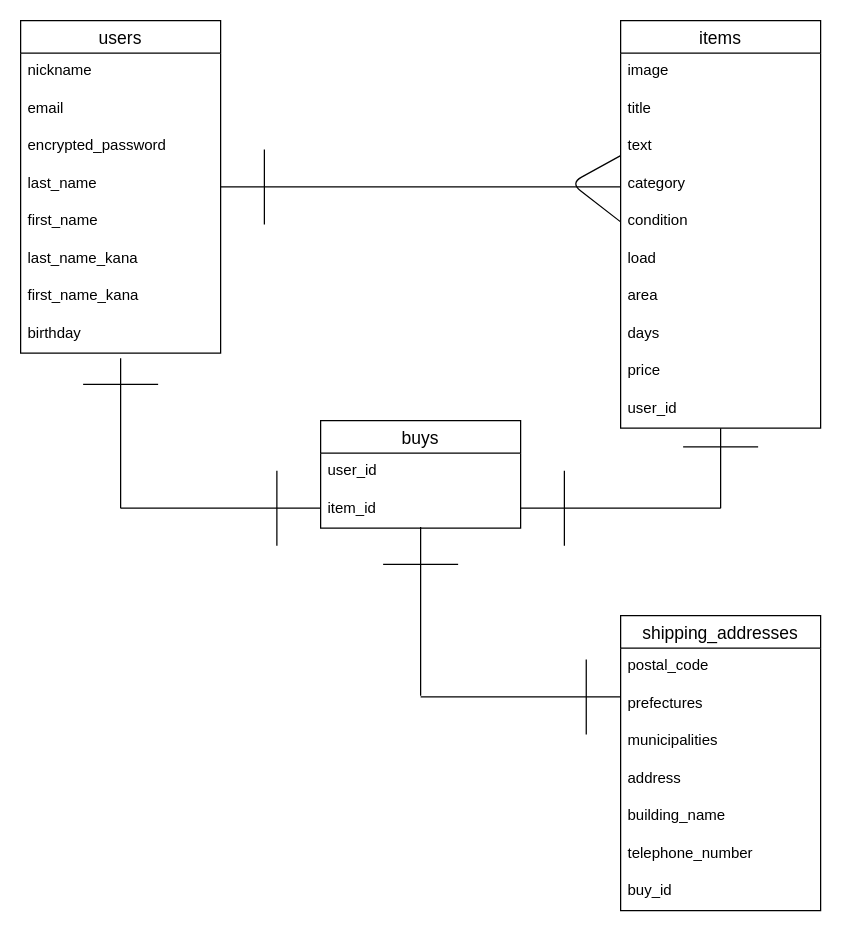
Before: ER.dio in ogayans/furima-36563, a draw.io diagram. Source tidied: cells renumbered, new cells numbered last; positions are measured from the earlier drawing's top-left corner, leaving out a move shared by most shapes. Both pictures are drawn from the tidied source at 125%, with x=0, y=0 at pixel (20, 20).
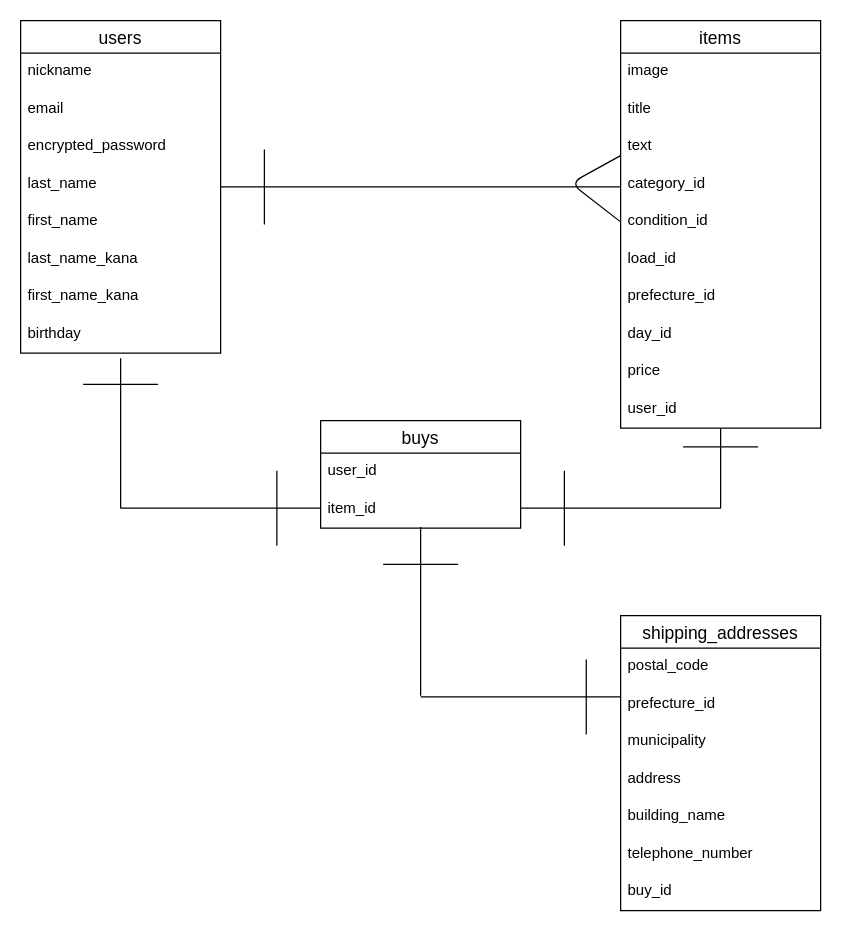
The same diagram, later.

Commit message (it also covers changes not shown here):
データベース設計

The change refers to these unchanged cells:
```xml
<mxCell id="11" value="items" style="swimlane;fontStyle=0;horizontal=1;startSize=26;align=center;fontSize=14;" parent="1" vertex="1">
  <mxGeometry x="480" width="160" height="326" as="geometry" />
</mxCell>
<mxCell id="36" value="shipping_addresses" style="swimlane;fontStyle=0;horizontal=1;startSize=26;align=center;fontSize=14;" parent="1" vertex="1">
  <mxGeometry x="480" y="476" width="160" height="236" as="geometry" />
</mxCell>
```

Change to the diagram source:
```diff
@@
-    <mxCell id="15" value="category" style="text;strokeColor=none;fillColor=none;spacingLeft=4;spacingRight=4;overflow=hidden;fontSize=12;" parent="11" vertex="1">
+    <mxCell id="15" value="category_id" style="text;strokeColor=none;fillColor=none;spacingLeft=4;spacingRight=4;overflow=hidden;fontSize=12;" parent="11" vertex="1">
       <mxGeometry y="116" width="160" height="30" as="geometry" />
     </mxCell>
-    <mxCell id="16" value="condition" style="text;strokeColor=none;fillColor=none;spacingLeft=4;spacingRight=4;overflow=hidden;points=[[0,0.5],[1,0.5]];portConstraint=eastwest;fontSize=12;" parent="11" vertex="1">
+    <mxCell id="16" value="condition_id" style="text;strokeColor=none;fillColor=none;spacingLeft=4;spacingRight=4;overflow=hidden;points=[[0,0.5],[1,0.5]];portConstraint=eastwest;fontSize=12;" parent="11" vertex="1">
       <mxGeometry y="146" width="160" height="30" as="geometry" />
     </mxCell>
-    <mxCell id="17" value="load" style="text;strokeColor=none;fillColor=none;spacingLeft=4;spacingRight=4;overflow=hidden;fontSize=12;" parent="11" vertex="1">
+    <mxCell id="17" value="load_id" style="text;strokeColor=none;fillColor=none;spacingLeft=4;spacingRight=4;overflow=hidden;fontSize=12;" parent="11" vertex="1">
       <mxGeometry y="176" width="160" height="30" as="geometry" />
     </mxCell>
-    <mxCell id="18" value="area" style="text;strokeColor=none;fillColor=none;spacingLeft=4;spacingRight=4;overflow=hidden;fontSize=12;" parent="11" vertex="1">
+    <mxCell id="18" value="prefecture_id" style="text;strokeColor=none;fillColor=none;spacingLeft=4;spacingRight=4;overflow=hidden;fontSize=12;" parent="11" vertex="1">
       <mxGeometry y="206" width="160" height="30" as="geometry" />
     </mxCell>
-    <mxCell id="19" value="days" style="text;strokeColor=none;fillColor=none;spacingLeft=4;spacingRight=4;overflow=hidden;fontSize=12;" parent="11" vertex="1">
+    <mxCell id="19" value="day_id" style="text;strokeColor=none;fillColor=none;spacingLeft=4;spacingRight=4;overflow=hidden;fontSize=12;" parent="11" vertex="1">
       <mxGeometry y="236" width="160" height="30" as="geometry" />
     </mxCell>
@@
-    <mxCell id="38" value="prefectures" style="text;strokeColor=none;fillColor=none;spacingLeft=4;spacingRight=4;overflow=hidden;fontSize=12;" parent="36" vertex="1">
+    <mxCell id="38" value="prefecture_id" style="text;strokeColor=none;fillColor=none;spacingLeft=4;spacingRight=4;overflow=hidden;fontSize=12;" parent="36" vertex="1">
       <mxGeometry y="56" width="160" height="30" as="geometry" />
     </mxCell>
-    <mxCell id="39" value="municipalities" style="text;strokeColor=none;fillColor=none;spacingLeft=4;spacingRight=4;overflow=hidden;fontSize=12;" parent="36" vertex="1">
+    <mxCell id="39" value="municipality" style="text;strokeColor=none;fillColor=none;spacingLeft=4;spacingRight=4;overflow=hidden;fontSize=12;" parent="36" vertex="1">
       <mxGeometry y="86" width="160" height="30" as="geometry" />
     </mxCell>
```
